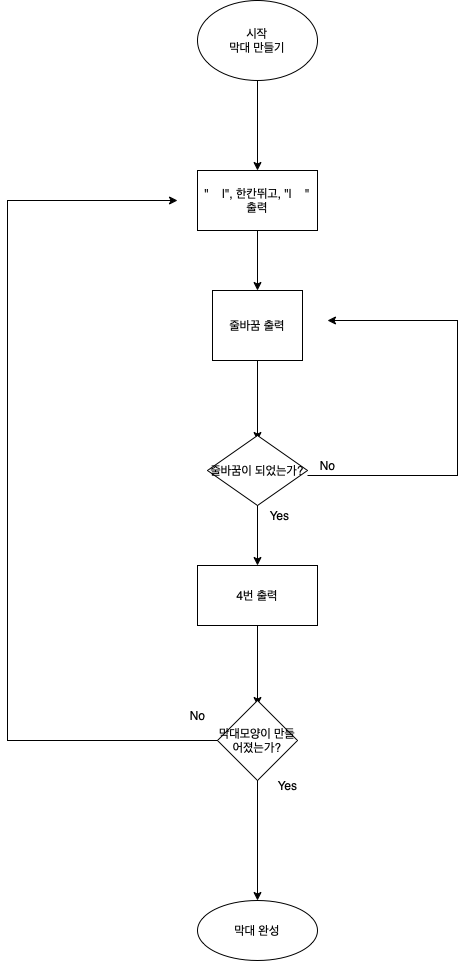
Before: printhandle.drawio.png, a diagram exported from draw.io (yagom-academy/swift-starter-Round1). Source tidied: cells renumbered, new cells last; positions are measured from the earlier drawing's top-left corner, leaving out a move shared by most shapes.
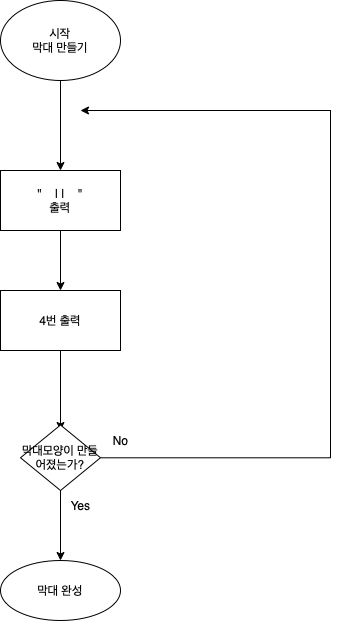
After the commit.

Commit message:
아이스크림 막대순서도 수정

What changed in the source:
```diff
@@ -13,72 +13,41 @@
         <mxPoint x="250" y="290" as="targetPoint" />
       </mxGeometry>
     </mxCell>
-    <mxCell id="5" value="&quot; &amp;nbsp; &amp;nbsp;|&quot;, 한칸뛰고, &quot;| &amp;nbsp; &amp;nbsp;&quot;&lt;br&gt;출력" style="whiteSpace=wrap;html=1;" parent="1" vertex="1">
+    <mxCell id="5" value="&quot; &amp;nbsp; &amp;nbsp;| | &amp;nbsp; &amp;nbsp;&quot;&lt;br&gt;출력" style="whiteSpace=wrap;html=1;" parent="1" vertex="1">
       <mxGeometry x="190" y="170" width="120" height="60" as="geometry" />
     </mxCell>
-    <mxCell id="6" style="edgeStyle=orthogonalEdgeStyle;rounded=0;jettySize=auto;html=1;" parent="1" edge="1" source="19" target="11">
-      <mxGeometry relative="1" as="geometry" />
-    </mxCell>
-    <mxCell id="7" style="edgeStyle=orthogonalEdgeStyle;rounded=0;orthogonalLoop=1;jettySize=auto;html=1;" parent="1" edge="1">
-      <mxGeometry relative="1" as="geometry">
-        <mxPoint x="300" y="475" as="sourcePoint" />
-        <mxPoint x="320" y="320" as="targetPoint" />
-        <Array as="points">
-          <mxPoint x="450" y="475" />
-          <mxPoint x="450" y="320" />
-          <mxPoint x="320" y="320" />
-        </Array>
-      </mxGeometry>
-    </mxCell>
-    <mxCell id="8" style="edgeStyle=orthogonalEdgeStyle;rounded=0;jettySize=auto;html=1;" parent="1" edge="1" source="9">
-      <mxGeometry relative="1" as="geometry">
-        <mxPoint x="250" y="440" as="targetPoint" />
-      </mxGeometry>
-    </mxCell>
-    <mxCell id="9" value="줄바꿈 출력" style="whiteSpace=wrap;html=1;" parent="1" vertex="1">
-      <mxGeometry x="205" y="290" width="90" height="70" as="geometry" />
-    </mxCell>
     <mxCell id="10" style="edgeStyle=orthogonalEdgeStyle;rounded=0;jettySize=auto;html=1;" parent="1" edge="1" source="11">
       <mxGeometry relative="1" as="geometry">
-        <mxPoint x="250" y="705" as="targetPoint" />
+        <mxPoint x="250" y="430" as="targetPoint" />
       </mxGeometry>
     </mxCell>
     <mxCell id="11" value="4번 출력" style="whiteSpace=wrap;html=1;" parent="1" vertex="1">
-      <mxGeometry x="190" y="565" width="120" height="60" as="geometry" />
+      <mxGeometry x="190" y="290" width="120" height="60" as="geometry" />
     </mxCell>
-    <mxCell id="12" value="No" style="text;html=1;align=center;verticalAlign=middle;strokeColor=none;fillColor=none;" parent="1" vertex="1">
-      <mxGeometry x="300" y="450" width="40" height="30" as="geometry" />
-    </mxCell>
-    <mxCell id="13" style="edgeStyle=orthogonalEdgeStyle;rounded=0;jettySize=auto;html=1;" parent="1" edge="1" source="15">
-      <mxGeometry relative="1" as="geometry">
-        <mxPoint x="250" y="900" as="targetPoint" />
-      </mxGeometry>
-    </mxCell>
-    <mxCell id="14" style="edgeStyle=orthogonalEdgeStyle;rounded=0;jettySize=auto;html=1;" parent="1" edge="1" source="15">
-      <mxGeometry relative="1" as="geometry">
-        <mxPoint x="170" y="200" as="targetPoint" />
-        <Array as="points">
-          <mxPoint y="740" />
-        </Array>
-      </mxGeometry>
-    </mxCell>
+    <mxCell id="21" style="edgeStyle=orthogonalEdgeStyle;rounded=0;jettySize=auto;html=1;entryX=0.5;entryY=0;entryDx=0;entryDy=0;" parent="1" edge="1" source="15" target="18">
+      <mxGeometry relative="1" as="geometry" />
+    </mxCell>
+    <mxCell id="22" style="edgeStyle=orthogonalEdgeStyle;rounded=0;jettySize=auto;html=1;" parent="1" edge="1" source="15">
+      <mxGeometry relative="1" as="geometry">
+        <mxPoint x="270" y="110" as="targetPoint" />
+        <Array as="points">
+          <mxPoint x="520" y="457" />
+          <mxPoint x="520" y="110" />
+          <mxPoint x="270" y="110" />
+        </Array>
+      </mxGeometry>
+    </mxCell>
     <mxCell id="15" value="막대모양이 만들어졌는가?" style="rhombus;whiteSpace=wrap;html=1;" parent="1" vertex="1">
-      <mxGeometry x="210" y="700" width="80" height="80" as="geometry" />
+      <mxGeometry x="210" y="424.5" width="80" height="65.5" as="geometry" />
     </mxCell>
-    <mxCell id="16" value="Yes" style="text;html=1;align=center;verticalAlign=middle;strokeColor=none;fillColor=none;" parent="1" vertex="1">
-      <mxGeometry x="260" y="770" width="40" height="30" as="geometry" />
-    </mxCell>
-    <mxCell id="17" value="No" style="text;html=1;align=center;verticalAlign=middle;strokeColor=none;fillColor=none;" parent="1" vertex="1">
-      <mxGeometry x="170" y="700" width="40" height="30" as="geometry" />
-    </mxCell>
     <mxCell id="18" value="막대 완성" style="ellipse;whiteSpace=wrap;html=1;" parent="1" vertex="1">
-      <mxGeometry x="190" y="900" width="120" height="60" as="geometry" />
+      <mxGeometry x="190" y="560" width="120" height="60" as="geometry" />
     </mxCell>
-    <mxCell id="19" value="줄바꿈이 되었는가?" style="rhombus;whiteSpace=wrap;html=1;" parent="1" vertex="1">
-      <mxGeometry x="200" y="435" width="100" height="70" as="geometry" />
-    </mxCell>
-    <mxCell id="20" value="Yes" style="text;html=1;align=center;verticalAlign=middle;strokeColor=none;fillColor=none;" parent="1" vertex="1">
-      <mxGeometry x="252" y="500" width="40" height="30" as="geometry" />
-    </mxCell>
+    <mxCell id="23" value="Yes" style="text;html=1;align=center;verticalAlign=middle;strokeColor=none;fillColor=none;" parent="1" vertex="1">
+      <mxGeometry x="250" y="490" width="40" height="30" as="geometry" />
+    </mxCell>
+    <mxCell id="24" value="No" style="text;html=1;align=center;verticalAlign=middle;strokeColor=none;fillColor=none;" parent="1" vertex="1">
+      <mxGeometry x="290" y="424.5" width="40" height="30" as="geometry" />
+    </mxCell>
   </root>
 </mxGraphModel>
```
